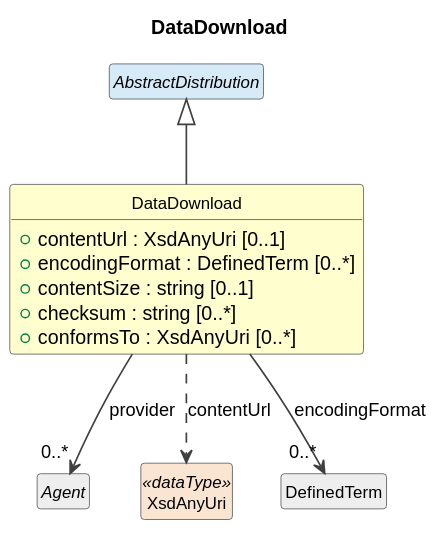
Earlier version of the PlantUML export cdif-uml-model/CDIFArchiveDistribution/Classes/DataDownload.svg (Cross-Domain-Interoperability-Framework/metadataBuildingBlocks).
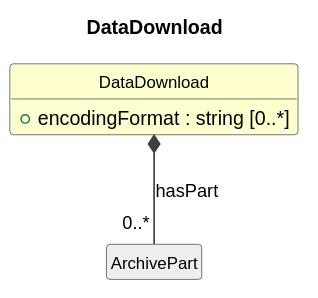
Later version of the same file.

Change to the diagram source:
```diff
@@ -11,18 +11,8 @@
 }
 
 class "DataDownload" as DataDownload #FEFECE {
-  +contentUrl : XsdAnyUri [0..1]
-  +encodingFormat : DefinedTerm [0..*]
-  +contentSize : string [0..1]
-  +checksum : string [0..*]
-  +conformsTo : XsdAnyUri [0..*]
+  +encodingFormat : string [0..*]
 }
-abstract class "AbstractDistribution" as AbstractDistribution #D6EAF8
-AbstractDistribution <|-- DataDownload
-abstract class "Agent" as Agent #EEEEEE
-DataDownload --> "0..*" Agent : provider
-class "XsdAnyUri" as XsdAnyUri <<dataType>> #FAE5D3
-DataDownload ..> XsdAnyUri : contentUrl
-class "DefinedTerm" as DefinedTerm #EEEEEE
-DataDownload --> "0..*" DefinedTerm : encodingFormat
+class "ArchivePart" as ArchivePart #EEEEEE
+DataDownload *-- "0..*" ArchivePart : hasPart
 @enduml
```
